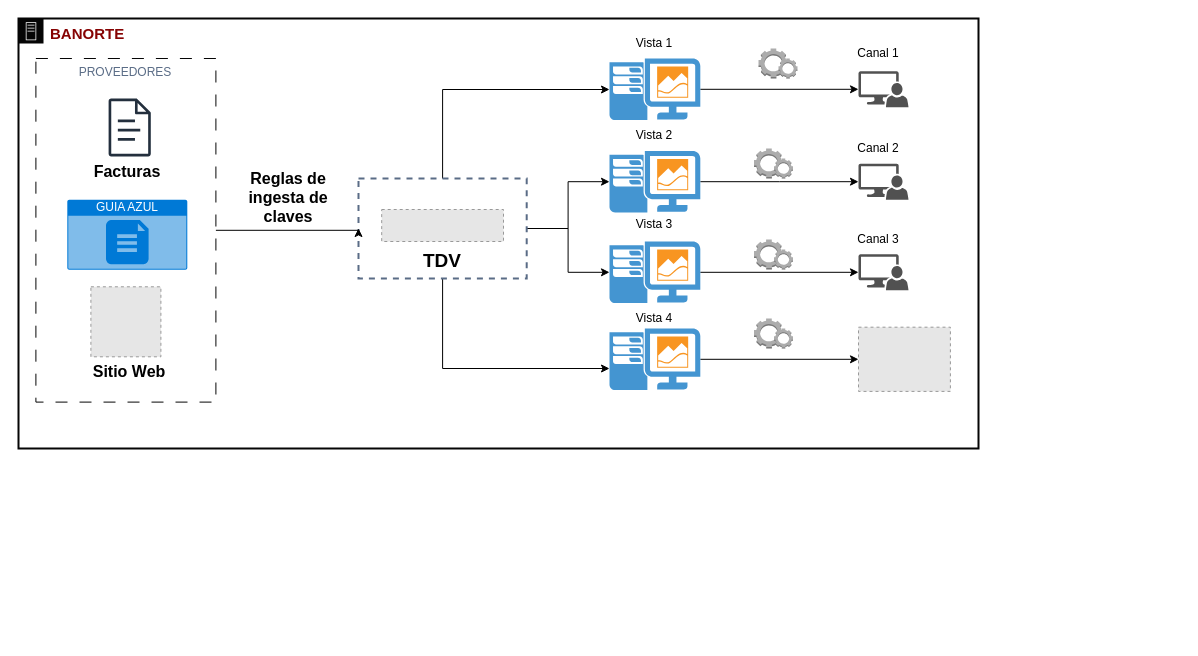
Before: CatalogoAutos.drawio in endoeca2/Diagramas, a draw.io diagram. Source tidied: cells renumbered, new cells numbered last; positions are measured from the earlier drawing's top-left corner, leaving out a move shared by most shapes. Both pictures are drawn from the tidied source at 100%, with x=0, y=0 at pixel (18, 18). Pictures stored in the file or linked from it are replaced by grey dashed boxes.
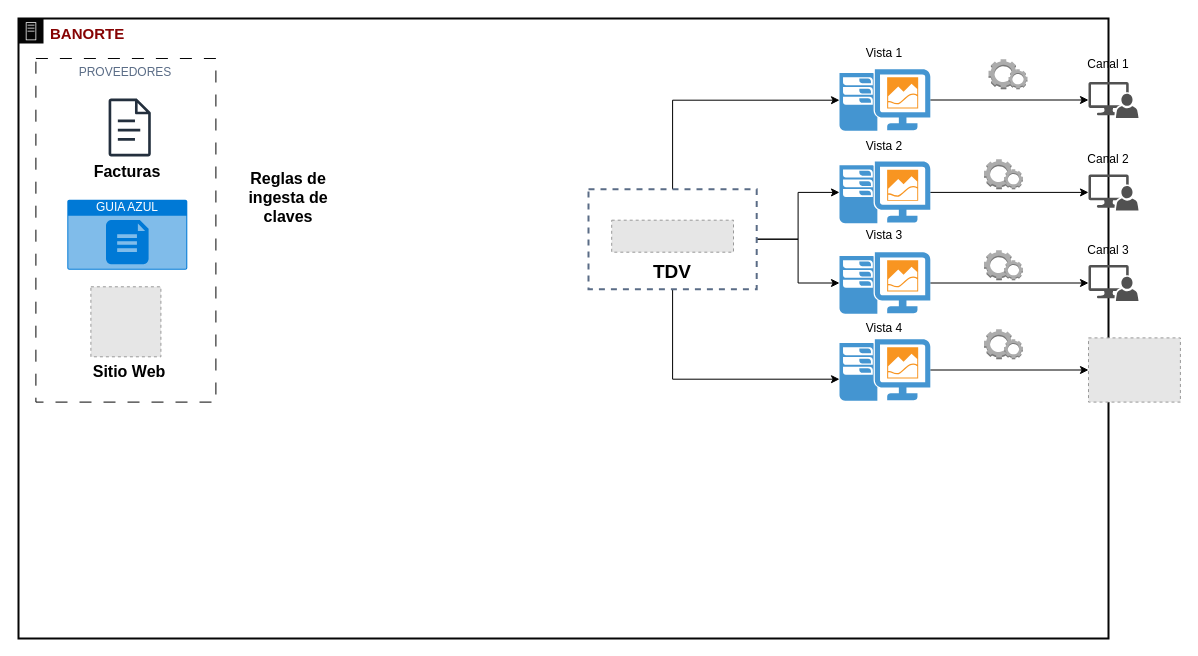
The same page after the edit.

Unchanged cells that the change refers to:
```xml
<mxCell id="31" value="PROVEEDORES" style="fillColor=none;strokeColor=#050505;verticalAlign=top;fontStyle=0;fontColor=#5A6C86;whiteSpace=wrap;html=1;dashed=1;dashPattern=12 12;" parent="2" vertex="1">
  <mxGeometry x="17.4" y="40" width="180" height="343.6" as="geometry" />
</mxCell>
```

What changed in the source:
```diff
@@
     <mxCell id="2" value="&lt;b&gt;&lt;font color=&quot;#860303&quot; style=&quot;font-size: 15px;&quot;&gt;BANORTE&lt;/font&gt;&lt;/b&gt;" style="gradientColor=none;html=1;whiteSpace=wrap;fontSize=12;fontStyle=0;shape=mxgraph.aws4.group;grIcon=mxgraph.aws4.group_on_premise;strokeColor=#050505;fillColor=none;verticalAlign=top;align=left;spacingLeft=30;fontColor=#5A6C86;dashed=0;strokeWidth=2;" parent="1" vertex="1">
-      <mxGeometry width="960" height="430" as="geometry" />
+      <mxGeometry width="1090" height="620" as="geometry" />
     </mxCell>
     <mxCell id="3" style="fillColor=#E6E6E6;strokeColor=#999999;dashed=1;verticalLabelPosition=bottom;labelBackgroundColor=default;verticalAlign=top;" parent="2" vertex="1">
-      <mxGeometry x="363.2" y="191" width="121.8" height="32" as="geometry" />
+      <mxGeometry x="593.2" y="201.7" width="121.8" height="32" as="geometry" />
     </mxCell>
     <mxCell id="4" value="&lt;font style=&quot;font-size: 19px;&quot;&gt;TDV&lt;/font&gt;" style="text;html=1;strokeColor=none;fillColor=none;align=center;verticalAlign=middle;whiteSpace=wrap;rounded=0;fontSize=17;fontStyle=1;" parent="2" vertex="1">
-      <mxGeometry x="374.1" y="223" width="100" height="40" as="geometry" />
+      <mxGeometry x="604.1" y="233.7" width="100" height="40" as="geometry" />
     </mxCell>
@@
     <mxCell id="7" style="edgeStyle=orthogonalEdgeStyle;rounded=0;jettySize=auto;html=1;" parent="2" edge="1" source="9" target="17">
       <mxGeometry relative="1" as="geometry">
         <Array as="points">
-          <mxPoint x="424" y="350" />
+          <mxPoint x="654" y="360.7" />
         </Array>
       </mxGeometry>
     </mxCell>
     <mxCell id="8" style="edgeStyle=orthogonalEdgeStyle;rounded=0;jettySize=auto;html=1;" parent="2" edge="1" source="9" target="11">
       <mxGeometry relative="1" as="geometry">
         <Array as="points">
-          <mxPoint x="424" y="71" />
+          <mxPoint x="654" y="81.7" />
         </Array>
       </mxGeometry>
     </mxCell>
     <mxCell id="9" style="fillColor=none;strokeColor=#5A6C86;dashed=1;verticalAlign=top;fontStyle=0;fontColor=#5A6C86;whiteSpace=wrap;html=1;strokeWidth=2;" parent="2" vertex="1">
-      <mxGeometry x="340" y="160" width="168.2" height="100" as="geometry" />
+      <mxGeometry x="570" y="170.7" width="168.2" height="100" as="geometry" />
     </mxCell>
@@
     <mxCell id="11" style="shadow=0;dashed=0;html=1;strokeColor=none;fillColor=#4495D1;labelPosition=center;verticalLabelPosition=bottom;verticalAlign=top;align=center;outlineConnect=0;shape=mxgraph.veeam.one_client;" parent="2" vertex="1">
-      <mxGeometry x="591" y="40" width="90.8" height="61.6" as="geometry" />
+      <mxGeometry x="821" y="50.7" width="90.8" height="61.6" as="geometry" />
     </mxCell>
@@
     <mxCell id="13" style="shadow=0;dashed=0;html=1;strokeColor=none;fillColor=#4495D1;labelPosition=center;verticalLabelPosition=bottom;verticalAlign=top;align=center;outlineConnect=0;shape=mxgraph.veeam.one_client;" parent="2" vertex="1">
-      <mxGeometry x="591" y="132.4" width="90.8" height="61.6" as="geometry" />
+      <mxGeometry x="821" y="143.1" width="90.8" height="61.6" as="geometry" />
     </mxCell>
@@
     <mxCell id="15" style="shadow=0;dashed=0;html=1;strokeColor=none;fillColor=#4495D1;labelPosition=center;verticalLabelPosition=bottom;verticalAlign=top;align=center;outlineConnect=0;shape=mxgraph.veeam.one_client;" parent="2" vertex="1">
-      <mxGeometry x="591" y="223" width="90.8" height="61.6" as="geometry" />
+      <mxGeometry x="821" y="233.7" width="90.8" height="61.6" as="geometry" />
     </mxCell>
@@
     <mxCell id="17" style="shadow=0;dashed=0;html=1;strokeColor=none;fillColor=#4495D1;labelPosition=center;verticalLabelPosition=bottom;verticalAlign=top;align=center;outlineConnect=0;shape=mxgraph.veeam.one_client;" parent="2" vertex="1">
-      <mxGeometry x="591" y="310" width="90.8" height="61.6" as="geometry" />
+      <mxGeometry x="821" y="320.7" width="90.8" height="61.6" as="geometry" />
     </mxCell>
     <mxCell id="18" value="Vista 1" style="text;html=1;strokeColor=none;fillColor=none;align=center;verticalAlign=middle;whiteSpace=wrap;rounded=0;" parent="2" vertex="1">
-      <mxGeometry x="606.4" y="10" width="60" height="30" as="geometry" />
+      <mxGeometry x="836.4" y="20" width="60" height="30" as="geometry" />
     </mxCell>
     <mxCell id="19" value="Vista 2" style="text;html=1;strokeColor=none;fillColor=none;align=center;verticalAlign=middle;whiteSpace=wrap;rounded=0;" parent="2" vertex="1">
-      <mxGeometry x="606.4" y="102.4" width="60" height="30" as="geometry" />
+      <mxGeometry x="836.4" y="113.1" width="60" height="30" as="geometry" />
     </mxCell>
     <mxCell id="20" value="Vista 3" style="text;html=1;strokeColor=none;fillColor=none;align=center;verticalAlign=middle;whiteSpace=wrap;rounded=0;" parent="2" vertex="1">
-      <mxGeometry x="606.4" y="191" width="60" height="30" as="geometry" />
+      <mxGeometry x="836.4" y="201.7" width="60" height="30" as="geometry" />
     </mxCell>
     <mxCell id="21" value="Vista 4" style="text;html=1;strokeColor=none;fillColor=none;align=center;verticalAlign=middle;whiteSpace=wrap;rounded=0;" parent="2" vertex="1">
-      <mxGeometry x="606.4" y="284.6" width="60" height="30" as="geometry" />
+      <mxGeometry x="836.4" y="295.3" width="60" height="30" as="geometry" />
     </mxCell>
     <mxCell id="22" style="sketch=0;shadow=0;dashed=0;html=1;strokeColor=none;labelPosition=center;verticalLabelPosition=bottom;verticalAlign=top;align=center;fillColor=#515151;shape=mxgraph.mscae.system_center.admin_console;" parent="2" vertex="1">
-      <mxGeometry x="840" y="52.8" width="50" height="36" as="geometry" />
+      <mxGeometry x="1070" y="63.5" width="50" height="36" as="geometry" />
     </mxCell>
     <mxCell id="23" style="sketch=0;shadow=0;dashed=0;html=1;strokeColor=none;labelPosition=center;verticalLabelPosition=bottom;verticalAlign=top;align=center;fillColor=#515151;shape=mxgraph.mscae.system_center.admin_console;" parent="2" vertex="1">
-      <mxGeometry x="840" y="235.8" width="50" height="36" as="geometry" />
+      <mxGeometry x="1070" y="246.5" width="50" height="36" as="geometry" />
     </mxCell>
     <mxCell id="24" style="sketch=0;shadow=0;dashed=0;html=1;strokeColor=none;labelPosition=center;verticalLabelPosition=bottom;verticalAlign=top;align=center;fillColor=#515151;shape=mxgraph.mscae.system_center.admin_console;" parent="2" vertex="1">
-      <mxGeometry x="840" y="145.2" width="50" height="36" as="geometry" />
+      <mxGeometry x="1070" y="155.9" width="50" height="36" as="geometry" />
     </mxCell>
     <mxCell id="25" style="fillColor=#E6E6E6;strokeColor=#999999;dashed=1;verticalLabelPosition=bottom;labelBackgroundColor=default;verticalAlign=top;" parent="2" vertex="1">
-      <mxGeometry x="840" y="308.7" width="91.9" height="64.2" as="geometry" />
+      <mxGeometry x="1070" y="319.4" width="91.9" height="64.2" as="geometry" />
     </mxCell>
     <mxCell id="26" value="Canal 1" style="text;html=1;strokeColor=none;fillColor=none;align=center;verticalAlign=middle;whiteSpace=wrap;rounded=0;" parent="2" vertex="1">
-      <mxGeometry x="830" y="20" width="60" height="30" as="geometry" />
+      <mxGeometry x="1060" y="30.7" width="60" height="30" as="geometry" />
     </mxCell>
     <mxCell id="27" value="Canal 2" style="text;html=1;strokeColor=none;fillColor=none;align=center;verticalAlign=middle;whiteSpace=wrap;rounded=0;" parent="2" vertex="1">
-      <mxGeometry x="830" y="115.2" width="60" height="30" as="geometry" />
+      <mxGeometry x="1060" y="125.9" width="60" height="30" as="geometry" />
     </mxCell>
     <mxCell id="28" value="Canal 3" style="text;html=1;strokeColor=none;fillColor=none;align=center;verticalAlign=middle;whiteSpace=wrap;rounded=0;" parent="2" vertex="1">
-      <mxGeometry x="830" y="205.8" width="60" height="30" as="geometry" />
+      <mxGeometry x="1060" y="216.5" width="60" height="30" as="geometry" />
     </mxCell>
@@
-    <mxCell id="30" style="edgeStyle=orthogonalEdgeStyle;rounded=0;jettySize=auto;html=1;entryX=0;entryY=0.5;entryDx=0;entryDy=0;" parent="2" edge="1" source="31" target="9">
-      <mxGeometry relative="1" as="geometry">
-        <Array as="points">
-          <mxPoint x="340" y="212" />
-        </Array>
-      </mxGeometry>
-    </mxCell>
@@
     <mxCell id="37" style="dashed=0;verticalLabelPosition=bottom;verticalAlign=top;align=center;html=1;shape=mxgraph.aws3.human_intelligence_tasks_hit;fillColor=#ACACAC;gradientColor=none;" parent="2" vertex="1">
-      <mxGeometry x="740" y="30" width="30" height="30" as="geometry" />
+      <mxGeometry x="970" y="40.7" width="30" height="30" as="geometry" />
     </mxCell>
     <mxCell id="38" style="dashed=0;verticalLabelPosition=bottom;verticalAlign=top;align=center;html=1;shape=mxgraph.aws3.human_intelligence_tasks_hit;fillColor=#ACACAC;gradientColor=none;" parent="2" vertex="1">
-      <mxGeometry x="760" y="40" width="19" height="20" as="geometry" />
+      <mxGeometry x="990" y="50.7" width="19" height="20" as="geometry" />
     </mxCell>
     <mxCell id="39" style="dashed=0;verticalLabelPosition=bottom;verticalAlign=top;align=center;html=1;shape=mxgraph.aws3.human_intelligence_tasks_hit;fillColor=#ACACAC;gradientColor=none;" parent="2" vertex="1">
-      <mxGeometry x="735.5" y="130" width="30" height="30" as="geometry" />
+      <mxGeometry x="965.5" y="140.7" width="30" height="30" as="geometry" />
     </mxCell>
     <mxCell id="40" style="dashed=0;verticalLabelPosition=bottom;verticalAlign=top;align=center;html=1;shape=mxgraph.aws3.human_intelligence_tasks_hit;fillColor=#ACACAC;gradientColor=none;" parent="2" vertex="1">
-      <mxGeometry x="755.5" y="140" width="19" height="20" as="geometry" />
+      <mxGeometry x="985.5" y="150.7" width="19" height="20" as="geometry" />
     </mxCell>
     <mxCell id="41" style="dashed=0;verticalLabelPosition=bottom;verticalAlign=top;align=center;html=1;shape=mxgraph.aws3.human_intelligence_tasks_hit;fillColor=#ACACAC;gradientColor=none;" parent="2" vertex="1">
-      <mxGeometry x="735.5" y="221" width="30" height="30" as="geometry" />
+      <mxGeometry x="965.5" y="231.7" width="30" height="30" as="geometry" />
     </mxCell>
     <mxCell id="42" style="dashed=0;verticalLabelPosition=bottom;verticalAlign=top;align=center;html=1;shape=mxgraph.aws3.human_intelligence_tasks_hit;fillColor=#ACACAC;gradientColor=none;" parent="2" vertex="1">
-      <mxGeometry x="755.5" y="231" width="19" height="20" as="geometry" />
+      <mxGeometry x="985.5" y="241.7" width="19" height="20" as="geometry" />
     </mxCell>
     <mxCell id="43" style="dashed=0;verticalLabelPosition=bottom;verticalAlign=top;align=center;html=1;shape=mxgraph.aws3.human_intelligence_tasks_hit;fillColor=#ACACAC;gradientColor=none;" parent="2" vertex="1">
-      <mxGeometry x="735.5" y="300" width="30" height="30" as="geometry" />
+      <mxGeometry x="965.5" y="310.7" width="30" height="30" as="geometry" />
     </mxCell>
     <mxCell id="44" style="dashed=0;verticalLabelPosition=bottom;verticalAlign=top;align=center;html=1;shape=mxgraph.aws3.human_intelligence_tasks_hit;fillColor=#ACACAC;gradientColor=none;" parent="2" vertex="1">
-      <mxGeometry x="755.5" y="310" width="19" height="20" as="geometry" />
+      <mxGeometry x="985.5" y="320.7" width="19" height="20" as="geometry" />
     </mxCell>
```
